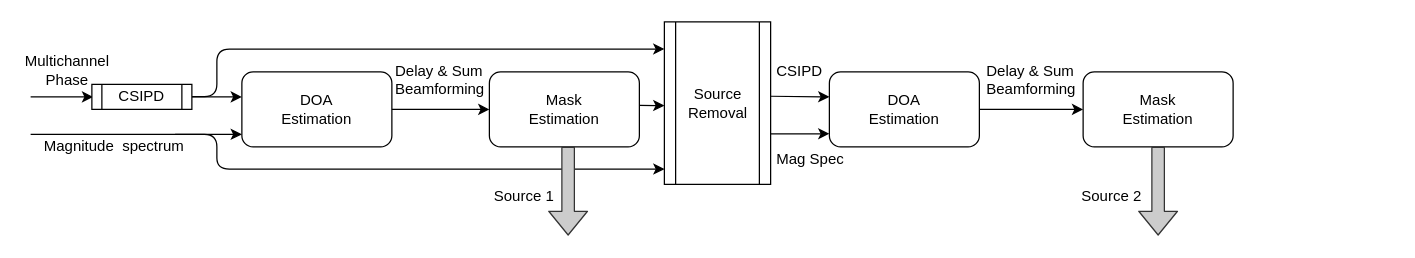
Earlier version of the draw.io diagram draw.io/Loop_estimation.drawio (sunits/Random). Source tidied: cells renumbered, new cells numbered last; positions are measured from the earlier drawing's top-left corner, leaving out a move shared by most shapes. Both pictures are drawn from the tidied source at 125%, with x=0, y=0 at pixel (30, 21). Pictures stored in the file or linked from it are replaced by grey dashed boxes.
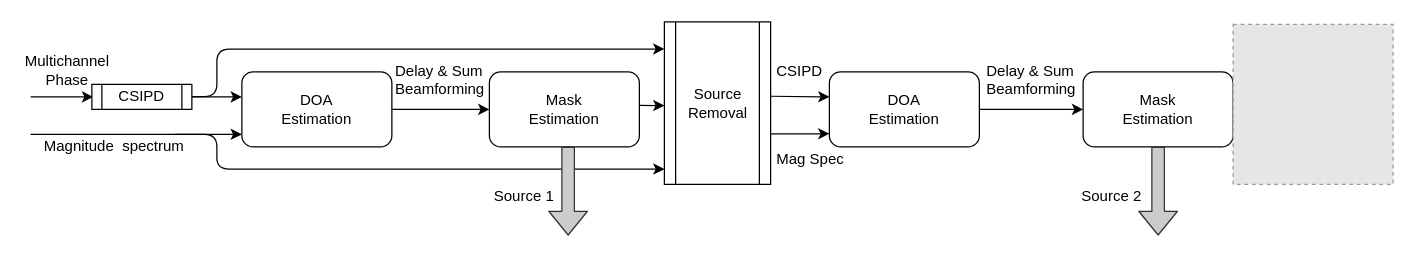
The same page after the edit.

The edit, as a diff of the source:
```diff
@@
+    <mxCell id="28" style="fillColor=#E6E6E6;strokeColor=#999999;dashed=1;html=1;verticalAlign=top;verticalLabelPosition=bottom;labelBackgroundColor=#ffffff;" parent="1" vertex="1">
+      <mxGeometry x="962" y="2" width="128" height="128" as="geometry" />
+    </mxCell>
```
